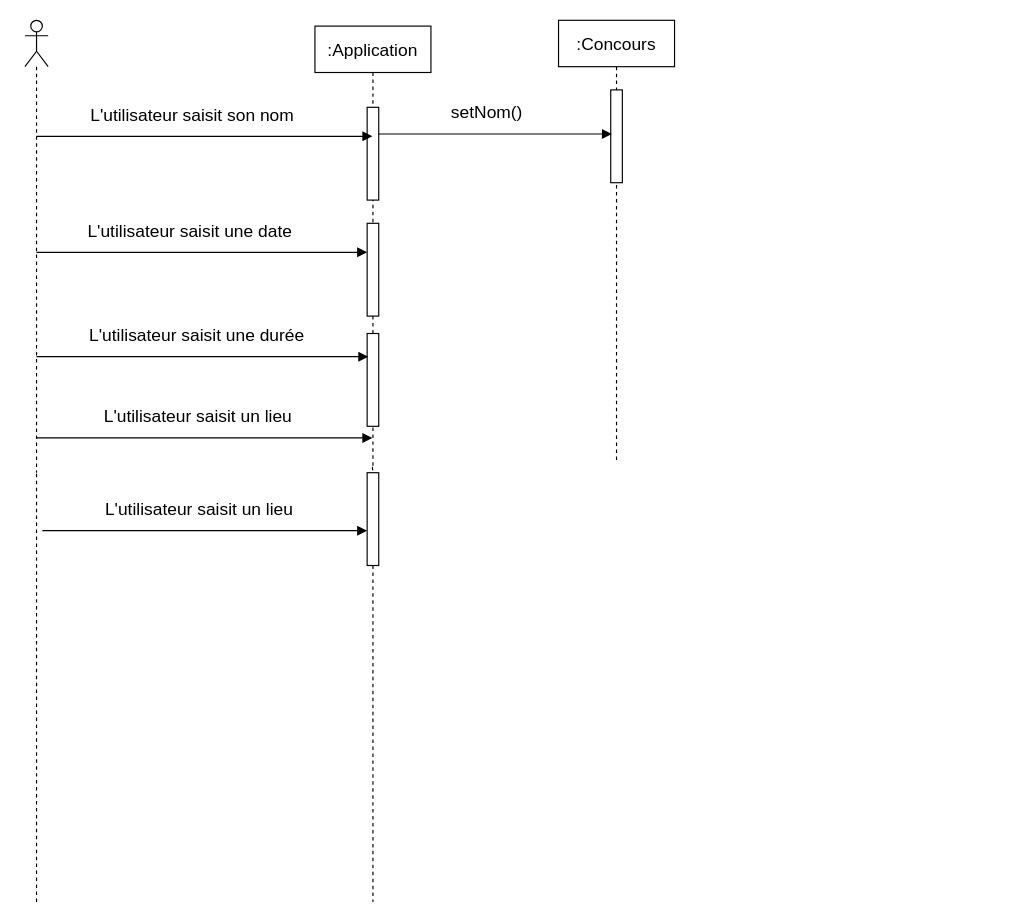
The draw.io diagram Conception/Diagramme de sequence.drawio in CSliveR/Chief-s-Arena, before the edit. Source tidied: cells renumbered, new cells numbered last; positions are measured from the earlier drawing's top-left corner, leaving out a move shared by most shapes. Both pictures are drawn from the tidied source at 116%, with x=0, y=0 at pixel (24, 20).
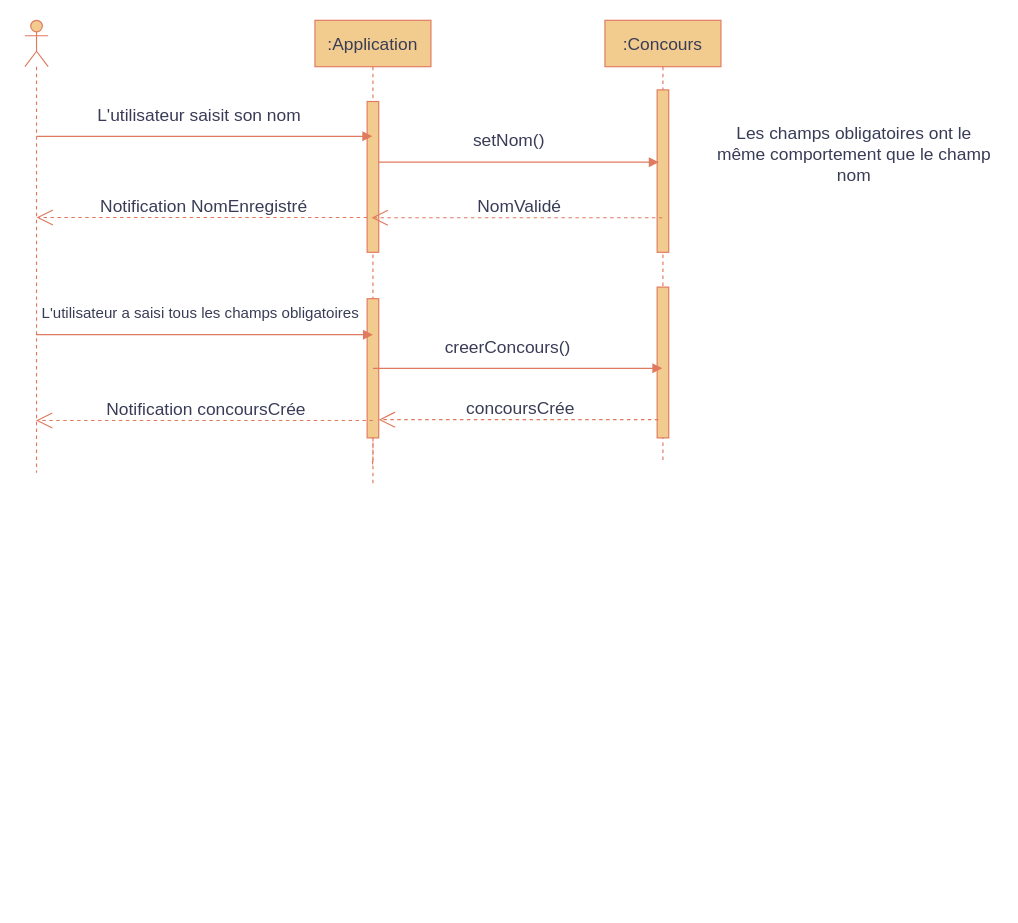
The same page after the edit.

Diff of the diagram source:
```diff
@@
-    <mxCell id="2" style="shape=umlLifeline;perimeter=lifelinePerimeter;whiteSpace=wrap;html=1;outlineConnect=0;portConstraint=eastwest;newEdgeStyle={&quot;curved&quot;:0,&quot;rounded&quot;:0};participant=umlActor;fontSize=15;" parent="1" vertex="1">
+    <mxCell id="2" style="shape=umlLifeline;perimeter=lifelinePerimeter;whiteSpace=wrap;html=1;outlineConnect=0;portConstraint=eastwest;newEdgeStyle={&quot;curved&quot;:0,&quot;rounded&quot;:0};participant=umlActor;fontSize=15;labelBackgroundColor=none;fillColor=#F2CC8F;strokeColor=#E07A5F;fontColor=#393C56;" parent="1" vertex="1">
       <mxGeometry width="20" height="390" as="geometry" />
     </mxCell>
-    <mxCell id="3" value=":Application" style="shape=umlLifeline;perimeter=lifelinePerimeter;whiteSpace=wrap;html=1;outlineConnect=0;portConstraint=eastwest;newEdgeStyle={&quot;curved&quot;:0,&quot;rounded&quot;:0};fontSize=15;" parent="1" vertex="1">
-      <mxGeometry x="250" y="5" width="100" height="380" as="geometry" />
+    <mxCell id="3" value=":Application" style="shape=umlLifeline;perimeter=lifelinePerimeter;whiteSpace=wrap;html=1;outlineConnect=0;portConstraint=eastwest;newEdgeStyle={&quot;curved&quot;:0,&quot;rounded&quot;:0};fontSize=15;labelBackgroundColor=none;fillColor=#F2CC8F;strokeColor=#E07A5F;fontColor=#393C56;" parent="1" vertex="1">
+      <mxGeometry x="250" width="100" height="380" as="geometry" />
     </mxCell>
-    <mxCell id="4" style="html=1;points=[[0,0,0,0,5],[0,1,0,0,-5],[1,0,0,0,5],[1,1,0,0,-5]];perimeter=orthogonalPerimeter;outlineConnect=0;targetShapes=umlLifeline;portConstraint=eastwest;newEdgeStyle={&quot;curved&quot;:0,&quot;rounded&quot;:0};fontSize=15;" parent="3" vertex="1">
-      <mxGeometry x="45" y="70" width="10" height="80" as="geometry" />
+    <mxCell id="4" style="html=1;points=[[0,0,0,0,5],[0,1,0,0,-5],[1,0,0,0,5],[1,1,0,0,-5]];perimeter=orthogonalPerimeter;outlineConnect=0;targetShapes=umlLifeline;portConstraint=eastwest;newEdgeStyle={&quot;curved&quot;:0,&quot;rounded&quot;:0};fontSize=15;labelBackgroundColor=none;fillColor=#F2CC8F;strokeColor=#E07A5F;fontColor=#393C56;" parent="3" vertex="1">
+      <mxGeometry x="45" y="70" width="10" height="130" as="geometry" />
     </mxCell>
-    <mxCell id="5" style="html=1;points=[[0,0,0,0,5],[0,1,0,0,-5],[1,0,0,0,5],[1,1,0,0,-5]];perimeter=orthogonalPerimeter;outlineConnect=0;targetShapes=umlLifeline;portConstraint=eastwest;newEdgeStyle={&quot;curved&quot;:0,&quot;rounded&quot;:0};fontSize=15;" parent="3" vertex="1">
-      <mxGeometry x="45" y="170" width="10" height="80" as="geometry" />
+    <mxCell id="5" style="html=1;points=[[0,0,0,0,5],[0,1,0,0,-5],[1,0,0,0,5],[1,1,0,0,-5]];perimeter=orthogonalPerimeter;outlineConnect=0;targetShapes=umlLifeline;portConstraint=eastwest;newEdgeStyle={&quot;curved&quot;:0,&quot;rounded&quot;:0};fontSize=15;labelBackgroundColor=none;fillColor=#F2CC8F;strokeColor=#E07A5F;fontColor=#393C56;" parent="3" vertex="1">
+      <mxGeometry x="45" y="240" width="10" height="120" as="geometry" />
     </mxCell>
-    <mxCell id="6" style="html=1;perimeter=orthogonalPerimeter;targetShapes=umlLifeline;newEdgeStyle={&quot;curved&quot;:0,&quot;rounded&quot;:0};fontSize=15;" parent="3" vertex="1">
-      <mxGeometry x="45" y="265" width="10" height="80" as="geometry" />
-    </mxCell>
+    <mxCell id="26" style="endArrow=none;dashed=1;html=1;rounded=0;labelBackgroundColor=none;strokeColor=#E07A5F;fontColor=default;" parent="3" edge="1" source="3" target="5">
+      <mxGeometry relative="1" as="geometry" />
+    </mxCell>
-    <mxCell id="7" style="html=1;verticalAlign=bottom;endArrow=block;curved=0;rounded=0;fontSize=15;" parent="1" edge="1" target="3">
+    <mxCell id="7" style="html=1;verticalAlign=bottom;endArrow=block;curved=0;rounded=0;fontSize=15;labelBackgroundColor=none;strokeColor=#E07A5F;fontColor=default;" parent="1" edge="1" target="3">
       <mxGeometry relative="1" as="geometry">
         <mxPoint x="10" y="100" as="sourcePoint" />
       </mxGeometry>
     </mxCell>
-    <mxCell id="8" value="L'utilisateur saisit son nom" style="edgeLabel;html=1;align=center;verticalAlign=middle;fontSize=15;" parent="7" vertex="1">
+    <mxCell id="8" value="L'utilisateur saisit son nom" style="edgeLabel;html=1;align=center;verticalAlign=middle;fontSize=15;labelBackgroundColor=none;fontColor=#393C56;" parent="7" vertex="1">
       <mxGeometry x="-0.08" y="4" relative="1" as="geometry">
-        <mxPoint y="-16" as="offset" />
+        <mxPoint x="6" y="-16" as="offset" />
       </mxGeometry>
     </mxCell>
-    <mxCell id="9" value=":Concours" style="shape=umlLifeline;perimeter=lifelinePerimeter;whiteSpace=wrap;html=1;outlineConnect=0;portConstraint=eastwest;newEdgeStyle={&quot;curved&quot;:0,&quot;rounded&quot;:0};fontSize=15;" parent="1" vertex="1">
-      <mxGeometry x="460" width="100" height="380" as="geometry" />
+    <mxCell id="9" value=":Concours" style="shape=umlLifeline;perimeter=lifelinePerimeter;whiteSpace=wrap;html=1;outlineConnect=0;portConstraint=eastwest;newEdgeStyle={&quot;curved&quot;:0,&quot;rounded&quot;:0};fontSize=15;labelBackgroundColor=none;fillColor=#F2CC8F;strokeColor=#E07A5F;fontColor=#393C56;" parent="1" vertex="1">
+      <mxGeometry x="500" width="100" height="380" as="geometry" />
     </mxCell>
-    <mxCell id="10" style="html=1;points=[[0,0,0,0,5],[0,1,0,0,-5],[1,0,0,0,5],[1,1,0,0,-5]];perimeter=orthogonalPerimeter;outlineConnect=0;targetShapes=umlLifeline;portConstraint=eastwest;newEdgeStyle={&quot;curved&quot;:0,&quot;rounded&quot;:0};fontSize=15;" parent="9" vertex="1">
-      <mxGeometry x="45" y="60" width="10" height="80" as="geometry" />
+    <mxCell id="10" style="html=1;points=[[0,0,0,0,5],[0,1,0,0,-5],[1,0,0,0,5],[1,1,0,0,-5]];perimeter=orthogonalPerimeter;outlineConnect=0;targetShapes=umlLifeline;portConstraint=eastwest;newEdgeStyle={&quot;curved&quot;:0,&quot;rounded&quot;:0};fontSize=15;labelBackgroundColor=none;fillColor=#F2CC8F;strokeColor=#E07A5F;fontColor=#393C56;" parent="9" vertex="1">
+      <mxGeometry x="45" y="60" width="10" height="140" as="geometry" />
     </mxCell>
+    <mxCell id="27" style="html=1;points=[[0,0,0,0,5],[0,1,0,0,-5],[1,0,0,0,5],[1,1,0,0,-5]];perimeter=orthogonalPerimeter;outlineConnect=0;targetShapes=umlLifeline;portConstraint=eastwest;newEdgeStyle={&quot;curved&quot;:0,&quot;rounded&quot;:0};fontSize=15;labelBackgroundColor=none;fillColor=#F2CC8F;strokeColor=#E07A5F;fontColor=#393C56;" parent="9" vertex="1">
+      <mxGeometry x="45" y="230" width="10" height="130" as="geometry" />
+    </mxCell>
+    <mxCell id="19" style="endArrow=none;dashed=1;html=1;rounded=0;labelBackgroundColor=none;strokeColor=#E07A5F;fontColor=default;" parent="1" edge="1" source="3">
+      <mxGeometry relative="1" as="geometry">
+        <mxPoint x="300" y="385" as="targetPoint" />
+      </mxGeometry>
+    </mxCell>
-    <mxCell id="11" style="html=1;verticalAlign=bottom;endArrow=block;curved=0;rounded=0;fontSize=15;entryX=0.1;entryY=0.475;entryDx=0;entryDy=0;entryPerimeter=0;" parent="1" edge="1" source="4" target="10">
+    <mxCell id="11" style="html=1;verticalAlign=bottom;endArrow=block;curved=0;rounded=0;fontSize=15;labelBackgroundColor=none;strokeColor=#E07A5F;fontColor=default;entryX=0.141;entryY=0.445;entryDx=0;entryDy=0;entryPerimeter=0;" parent="1" edge="1" source="4" target="10">
       <mxGeometry relative="1" as="geometry" />
     </mxCell>
-    <mxCell id="12" value="setNom()" style="edgeLabel;html=1;align=center;verticalAlign=middle;fontSize=15;" parent="11" vertex="1">
+    <mxCell id="12" value="setNom()" style="edgeLabel;html=1;align=center;verticalAlign=middle;fontSize=15;labelBackgroundColor=none;fontColor=#393C56;" parent="11" vertex="1">
       <mxGeometry x="-0.08" y="4" relative="1" as="geometry">
         <mxPoint y="-16" as="offset" />
       </mxGeometry>
     </mxCell>
-    <mxCell id="13" style="html=1;verticalAlign=bottom;endArrow=block;curved=0;rounded=0;fontSize=15;" parent="1" edge="1" target="5">
-      <mxGeometry relative="1" as="geometry">
-        <mxPoint x="10" y="200" as="sourcePoint" />
-      </mxGeometry>
-    </mxCell>
-    <mxCell id="14" value="L'utilisateur saisit une date" style="edgeLabel;html=1;align=center;verticalAlign=middle;fontSize=15;" parent="13" vertex="1">
-      <mxGeometry x="-0.08" y="4" relative="1" as="geometry">
-        <mxPoint y="-16" as="offset" />
-      </mxGeometry>
-    </mxCell>
-    <mxCell id="15" style="html=1;verticalAlign=bottom;endArrow=block;curved=0;rounded=0;fontSize=15;entryX=0.46;entryY=0.75;entryDx=0;entryDy=0;entryPerimeter=0;" parent="1" edge="1" target="3">
-      <mxGeometry relative="1" as="geometry">
-        <mxPoint x="10" y="290" as="sourcePoint" />
-        <Array as="points">
-          <mxPoint x="150" y="290" />
-        </Array>
-      </mxGeometry>
-    </mxCell>
-    <mxCell id="16" value="L'utilisateur saisit une durée" style="edgeLabel;html=1;align=center;verticalAlign=middle;fontSize=15;" parent="15" vertex="1">
-      <mxGeometry x="-0.08" y="4" relative="1" as="geometry">
-        <mxPoint x="5" y="-16" as="offset" />
-      </mxGeometry>
-    </mxCell>
-    <mxCell id="17" style="html=1;verticalAlign=bottom;endArrow=block;curved=0;rounded=0;fontSize=15;" parent="1" edge="1" target="3">
-      <mxGeometry relative="1" as="geometry">
-        <mxPoint x="10" y="360" as="sourcePoint" />
-        <Array as="points">
-          <mxPoint x="150" y="360" />
-        </Array>
-      </mxGeometry>
-    </mxCell>
-    <mxCell id="18" value="L'utilisateur saisit un lieu" style="edgeLabel;html=1;align=center;verticalAlign=middle;fontSize=15;" parent="17" vertex="1">
-      <mxGeometry x="-0.08" y="4" relative="1" as="geometry">
-        <mxPoint x="5" y="-16" as="offset" />
-      </mxGeometry>
-    </mxCell>
-    <mxCell id="19" style="endArrow=none;dashed=1;html=1;rounded=0;" parent="1" edge="1" source="3">
-      <mxGeometry relative="1" as="geometry">
-        <mxPoint x="300" y="385" as="targetPoint" />
-      </mxGeometry>
-    </mxCell>
-    <mxCell id="20" style="endArrow=none;dashed=1;html=1;rounded=0;entryX=0.5;entryY=1;entryDx=0;entryDy=0;entryPerimeter=0;" parent="1" edge="1" target="2">
-      <mxGeometry relative="1" as="geometry">
-        <mxPoint x="10" y="760" as="sourcePoint" />
-      </mxGeometry>
-    </mxCell>
-    <mxCell id="21" style="endArrow=none;dashed=1;html=1;rounded=0;" parent="1" edge="1" source="24">
-      <mxGeometry relative="1" as="geometry">
-        <mxPoint x="300" y="760" as="targetPoint" />
-      </mxGeometry>
-    </mxCell>
-    <mxCell id="22" style="html=1;verticalAlign=bottom;endArrow=block;curved=0;rounded=0;fontSize=15;" parent="1" edge="1" target="24">
-      <mxGeometry relative="1" as="geometry">
-        <mxPoint x="15" y="440" as="sourcePoint" />
-        <Array as="points">
-          <mxPoint x="140" y="440" />
-        </Array>
-      </mxGeometry>
-    </mxCell>
-    <mxCell id="23" value="L'utilisateur saisit un lieu" style="edgeLabel;html=1;align=center;verticalAlign=middle;fontSize=15;" parent="22" vertex="1">
-      <mxGeometry x="-0.08" y="4" relative="1" as="geometry">
-        <mxPoint x="5" y="-16" as="offset" />
-      </mxGeometry>
-    </mxCell>
-    <mxCell id="24" style="html=1;points=[[0,0,0,0,5],[0,1,0,0,-5],[1,0,0,0,5],[1,1,0,0,-5]];perimeter=orthogonalPerimeter;outlineConnect=0;targetShapes=umlLifeline;portConstraint=eastwest;newEdgeStyle={&quot;curved&quot;:0,&quot;rounded&quot;:0};fontSize=15;" parent="1" vertex="1">
-      <mxGeometry x="295" y="390" width="10" height="80" as="geometry" />
-    </mxCell>
-    <mxCell id="25" style="endArrow=none;dashed=1;html=1;rounded=0;" parent="1" edge="1" source="3" target="24">
-      <mxGeometry relative="1" as="geometry" />
-    </mxCell>
+    <mxCell id="28" style="endArrow=none;dashed=1;html=1;rounded=0;labelBackgroundColor=none;strokeColor=#E07A5F;fontColor=default;" parent="1" edge="1" source="5">
+      <mxGeometry relative="1" as="geometry">
+        <mxPoint x="300" y="400" as="targetPoint" />
+      </mxGeometry>
+    </mxCell>
+    <mxCell id="29" value="&lt;font style=&quot;font-size: 15px;&quot;&gt;NomValidé&lt;/font&gt;" style="endArrow=open;endSize=12;dashed=1;html=1;rounded=0;strokeColor=#E07A5F;fontColor=#393C56;fillColor=#F2CC8F;entryX=0.488;entryY=0.448;entryDx=0;entryDy=0;entryPerimeter=0;" parent="1" edge="1" source="9" target="3">
+      <mxGeometry x="-0.01" y="-10" relative="1" as="geometry" />
+    </mxCell>
+    <mxCell id="30" value="&lt;font style=&quot;font-size: 15px;&quot;&gt;Notification NomEnregistré&lt;/font&gt;" style="endArrow=open;endSize=12;dashed=1;html=1;rounded=0;strokeColor=#E07A5F;fontColor=#393C56;fillColor=#F2CC8F;" parent="1" edge="1" source="4">
+      <mxGeometry x="-0.01" y="-10" relative="1" as="geometry">
+        <mxPoint x="10" y="170" as="targetPoint" />
+      </mxGeometry>
+    </mxCell>
+    <mxCell id="31" value="&lt;font style=&quot;font-size: 15px;&quot;&gt;Les champs obligatoires ont le même comportement que le champ nom&lt;/font&gt;" style="text;html=1;align=center;verticalAlign=middle;whiteSpace=wrap;rounded=0;fontColor=#393C56;" parent="1" vertex="1">
+      <mxGeometry x="590" y="90" width="250" height="50" as="geometry" />
+    </mxCell>
+    <mxCell id="32" style="html=1;verticalAlign=bottom;endArrow=block;curved=0;rounded=0;fontSize=15;labelBackgroundColor=none;strokeColor=#E07A5F;fontColor=default;" parent="1" edge="1" source="2">
+      <mxGeometry relative="1" as="geometry">
+        <mxPoint x="300" y="271" as="targetPoint" />
+      </mxGeometry>
+    </mxCell>
+    <mxCell id="33" value="L'utilisateur a saisi tous les champs obligatoires" style="edgeLabel;html=1;align=center;verticalAlign=middle;fontSize=13;labelBackgroundColor=none;fontColor=#393C56;" parent="32" vertex="1">
+      <mxGeometry x="-0.08" y="4" relative="1" as="geometry">
+        <mxPoint x="7" y="-16" as="offset" />
+      </mxGeometry>
+    </mxCell>
+    <mxCell id="34" style="html=1;verticalAlign=bottom;endArrow=block;curved=0;rounded=0;fontSize=15;labelBackgroundColor=none;strokeColor=#E07A5F;fontColor=default;" parent="1" edge="1" target="9">
+      <mxGeometry relative="1" as="geometry">
+        <mxPoint x="300" y="300" as="sourcePoint" />
+      </mxGeometry>
+    </mxCell>
+    <mxCell id="35" value="creerConcours()" style="edgeLabel;html=1;align=center;verticalAlign=middle;fontSize=15;labelBackgroundColor=none;fontColor=#393C56;" parent="34" vertex="1">
+      <mxGeometry x="-0.08" y="4" relative="1" as="geometry">
+        <mxPoint y="-16" as="offset" />
+      </mxGeometry>
+    </mxCell>
+    <mxCell id="36" value="&lt;span style=&quot;font-size: 15px;&quot;&gt;concoursCrée&lt;/span&gt;" style="endArrow=open;endSize=12;dashed=1;html=1;rounded=0;strokeColor=#E07A5F;fontColor=#393C56;fillColor=#F2CC8F;exitX=0.101;exitY=0.879;exitDx=0;exitDy=0;exitPerimeter=0;" parent="1" edge="1" source="27" target="5">
+      <mxGeometry x="-0.01" y="-10" relative="1" as="geometry" />
+    </mxCell>
+    <mxCell id="37" value="&lt;span style=&quot;font-size: 15px;&quot;&gt;Notification concoursCrée&lt;/span&gt;" style="endArrow=open;endSize=12;dashed=1;html=1;rounded=0;strokeColor=#E07A5F;fontColor=#393C56;fillColor=#F2CC8F;exitX=0.5;exitY=0.875;exitDx=0;exitDy=0;exitPerimeter=0;" parent="1" edge="1" source="5" target="2">
+      <mxGeometry x="-0.01" y="-10" relative="1" as="geometry" />
+    </mxCell>
```
